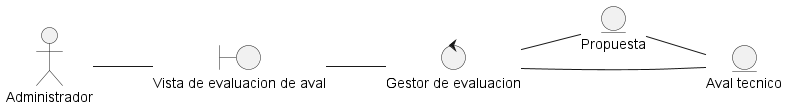
This is docs/scenariosView/DisciplinaDeAnalisisDiagramaDeClaseResponderEvaluacion.png from Samantha-Ramirez/ProyectoEquipo7ING, a PlantUML export, as it was before one commit. Its diagram source:
```plantuml
@startuml DisciplinaDeAnalisisDiagramaDeClaseResponderEvaluacion
left to right direction

actor "Administrador" as actorAdmin

entity "Propuesta" as entidadPropuesta
entity "Aval tecnico" as entidadAval

boundary "Vista de evaluacion de aval" as vistaEvaluacion

control "Gestor de evaluacion" as ctrlGestorEvaluacion

actorAdmin -- vistaEvaluacion
vistaEvaluacion -- ctrlGestorEvaluacion
ctrlGestorEvaluacion -- entidadPropuesta
entidadPropuesta -- entidadAval
ctrlGestorEvaluacion -- entidadAval

@enduml
```
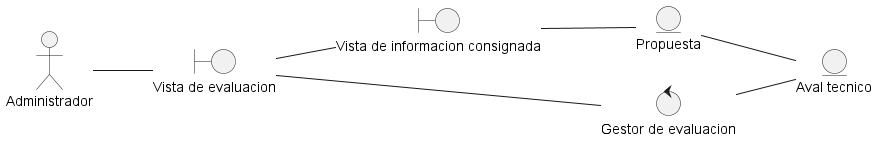
After the change.

What changed in the source:
```diff
@@ -6,14 +6,18 @@
 entity "Propuesta" as entidadPropuesta
 entity "Aval tecnico" as entidadAval
 
-boundary "Vista de evaluacion de aval" as vistaEvaluacion
+boundary "Vista de evaluacion" as vistaEvaluacion
+boundary "Vista de informacion consignada" as vistaInfoConsignada
 
 control "Gestor de evaluacion" as ctrlGestorEvaluacion
 
 actorAdmin -- vistaEvaluacion
+vistaEvaluacion -- vistaInfoConsignada
+vistaInfoConsignada -- entidadPropuesta
+
 vistaEvaluacion -- ctrlGestorEvaluacion
-ctrlGestorEvaluacion -- entidadPropuesta
 entidadPropuesta -- entidadAval
 ctrlGestorEvaluacion -- entidadAval
 
+
 @enduml
```
